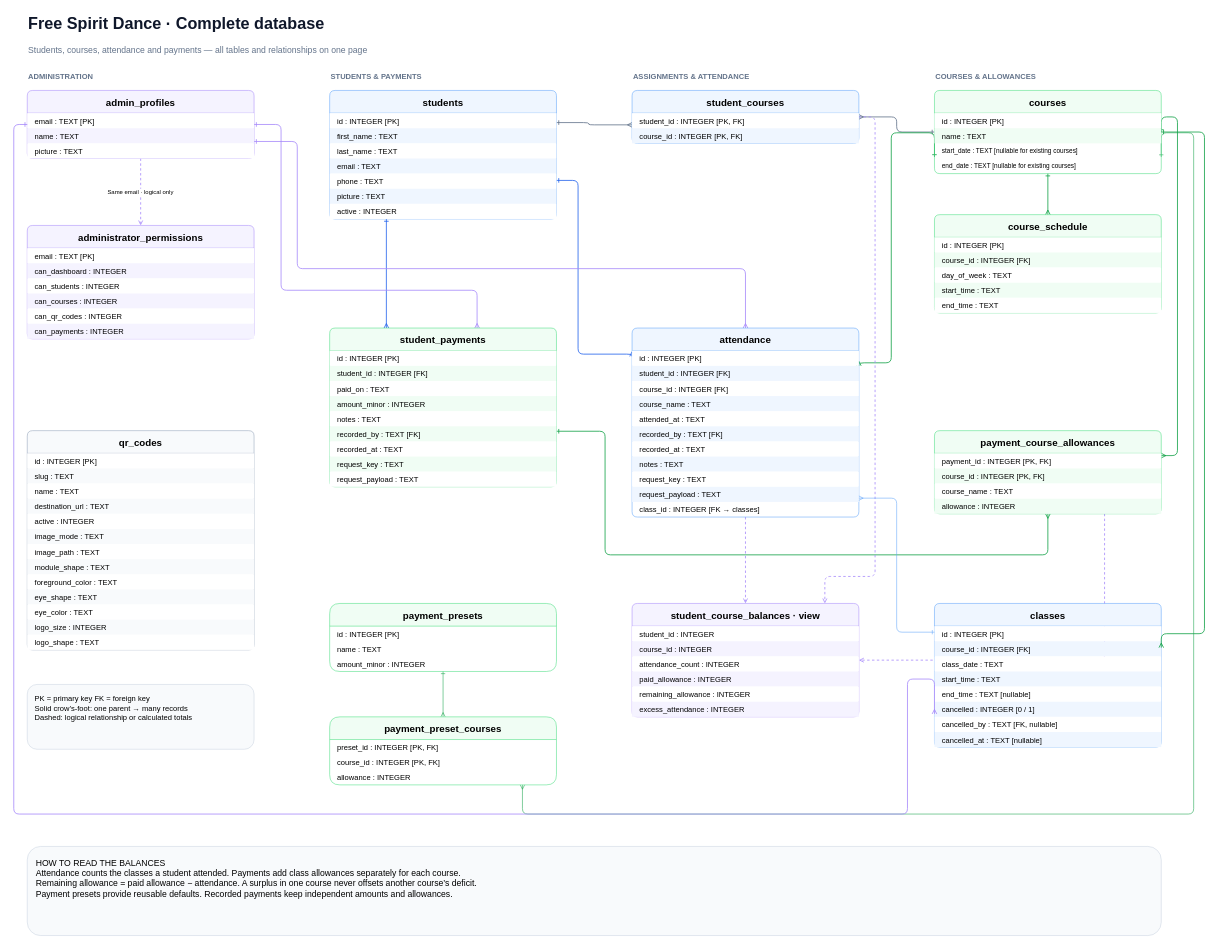
Earlier version of the draw.io diagram docs/database.drawio (AlexandruDanCroitoriu/free-spirit-dance). Source tidied: cells renumbered, new cells numbered last; positions are measured from the earlier drawing's top-left corner, leaving out a move shared by most shapes. Both pictures are drawn from the tidied source at 54%, with x=0, y=0 at pixel (14, 9).
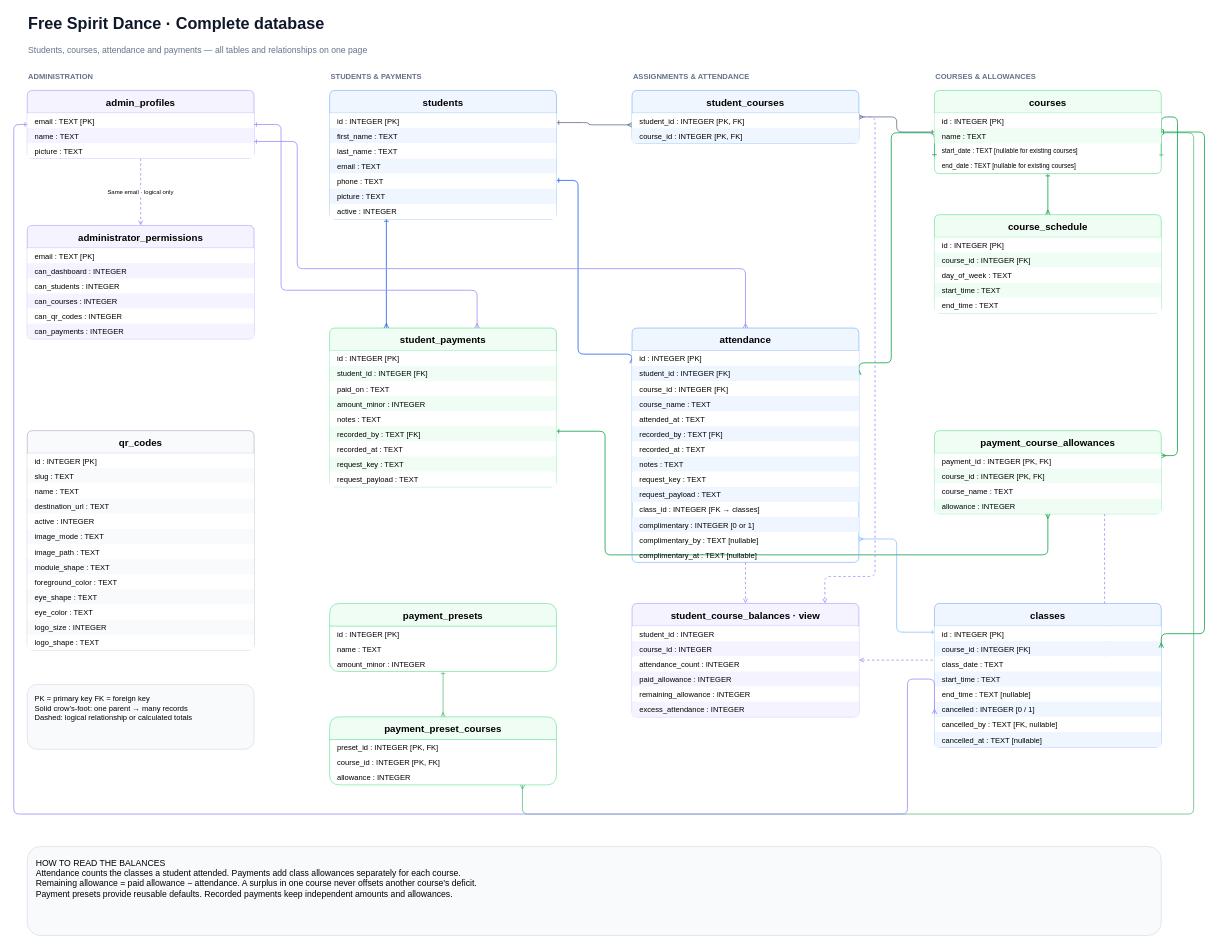
Above is the later version.

The edit, as a diff of the source:
```diff
@@
     <mxCell id="70" value="attendance" style="html=0;fontFamily=Helvetica;swimlane;startSize=42;horizontal=1;rounded=1;arcSize=8;fontSize=18;fontStyle=1;fillColor=#eff6ff;strokeColor=#60a5fa;" parent="1" vertex="1">
-      <mxGeometry x="1145" y="590" width="420" height="350" as="geometry" />
+      <mxGeometry x="1145" y="590" width="420" height="434" as="geometry" />
     </mxCell>
@@
+    <mxCell id="127" value="complimentary : INTEGER [0 or 1]" style="html=0;text;align=left;spacingLeft=12;fontSize=14;fillColor=#eff6ff;" parent="70" vertex="1">
+      <mxGeometry y="350" width="420" height="28" as="geometry" />
+    </mxCell>
+    <mxCell id="128" value="complimentary_by : TEXT [nullable]" style="html=0;text;align=left;spacingLeft=12;fontSize=14;" parent="70" vertex="1">
+      <mxGeometry y="378" width="420" height="28" as="geometry" />
+    </mxCell>
+    <mxCell id="129" value="complimentary_at : TEXT [nullable]" style="html=0;text;align=left;spacingLeft=12;fontSize=14;" parent="70" vertex="1">
+      <mxGeometry y="406" width="420" height="28" as="geometry" />
+    </mxCell>
```
